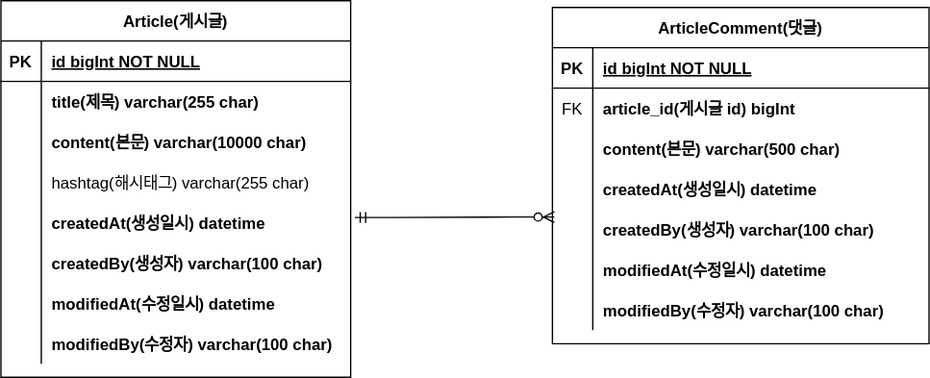
Above: document/project-board-erd.svg in SeungHeeNoh/fastcampus-project-board (draw.io), before the change. Source tidied: cells renumbered, new cells last; positions are measured from the earlier drawing's top-left corner, leaving out a move shared by most shapes.
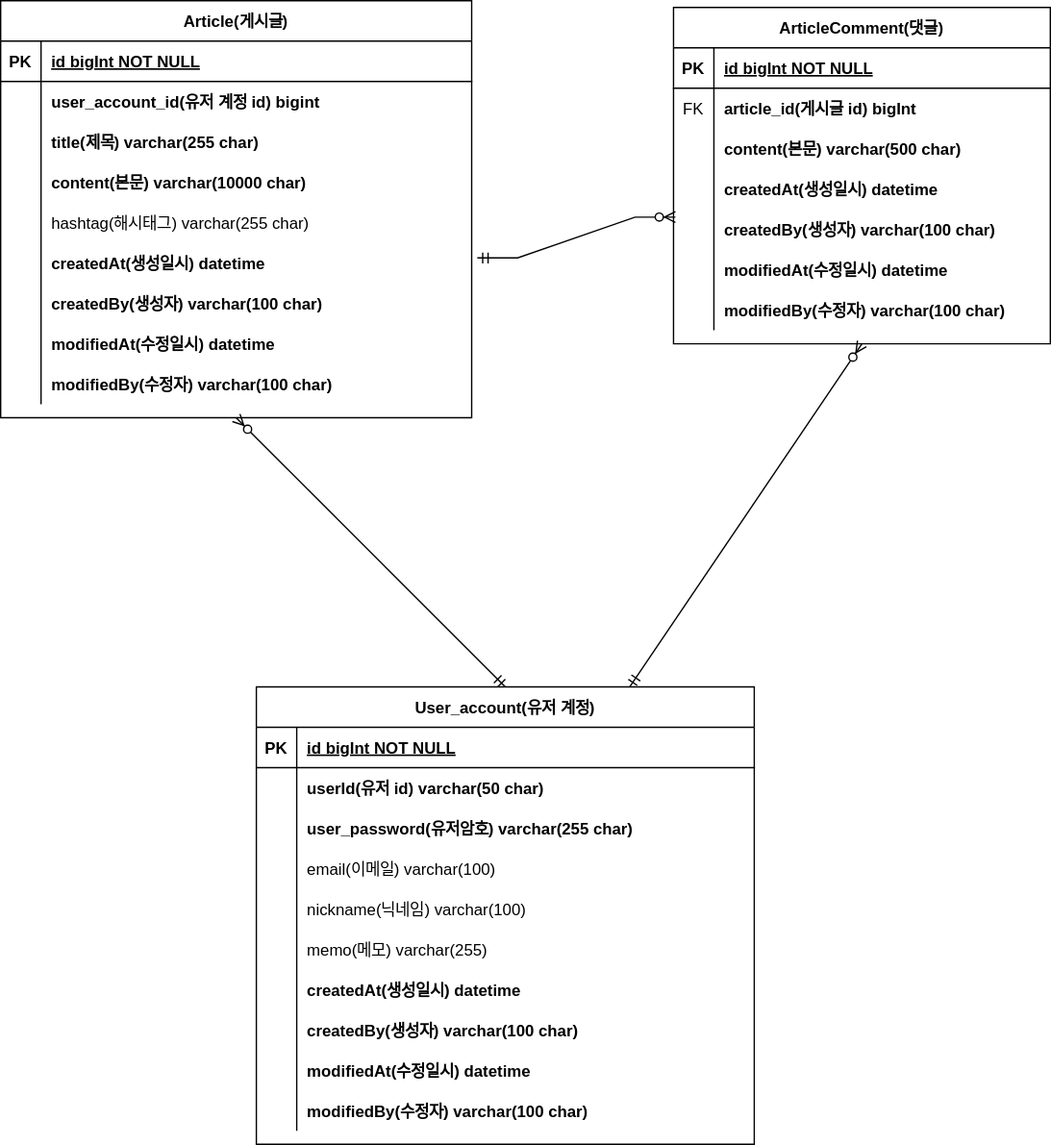
The same diagram one commit later.

Commit message:
#17 - 회원 계정 도메인 구현 및 erd 반영

Diff of the diagram source:
```diff
@@ -69,82 +69,190 @@
       <mxGeometry x="30" width="250" height="30" as="geometry" />
     </mxCell>
     <mxCell id="24" value="Article(게시글)" style="shape=table;startSize=30;rowLines=0;fontStyle=1;align=center;" parent="1" vertex="1">
-      <mxGeometry width="260" height="280" as="geometry" />
+      <mxGeometry x="-90" width="350" height="310" as="geometry" />
     </mxCell>
     <mxCell id="25" style="shape=partialRectangle;fillColor=none;top=0;left=0;right=0;bottom=1;" parent="24" vertex="1">
-      <mxGeometry y="30" width="260" height="30" as="geometry" />
+      <mxGeometry y="30" width="350" height="30" as="geometry" />
     </mxCell>
     <mxCell id="26" value="PK" style="shape=partialRectangle;overflow=hidden;fillColor=none;top=0;left=0;bottom=0;right=0;fontStyle=1;" parent="25" vertex="1">
       <mxGeometry width="30" height="30" as="geometry" />
     </mxCell>
     <mxCell id="27" value="id bigInt NOT NULL " style="shape=partialRectangle;overflow=hidden;fillColor=none;top=0;left=0;bottom=0;right=0;align=left;spacingLeft=6;fontStyle=5;" parent="25" vertex="1">
-      <mxGeometry x="30" width="230" height="30" as="geometry" />
+      <mxGeometry x="30" width="320" height="30" as="geometry" />
     </mxCell>
     <mxCell id="28" style="shape=partialRectangle;fillColor=none;top=0;left=0;right=0;bottom=0;" parent="24" vertex="1">
-      <mxGeometry y="60" width="260" height="30" as="geometry" />
+      <mxGeometry y="60" width="350" height="30" as="geometry" />
     </mxCell>
     <mxCell id="29" style="shape=partialRectangle;overflow=hidden;fillColor=none;top=0;left=0;bottom=0;right=0;" parent="28" vertex="1">
       <mxGeometry width="30" height="30" as="geometry" />
     </mxCell>
-    <mxCell id="30" value="title(제목) varchar(255 char)" style="shape=partialRectangle;overflow=hidden;fillColor=none;top=0;left=0;bottom=0;right=0;align=left;spacingLeft=6;fontStyle=1;" parent="28" vertex="1">
-      <mxGeometry x="30" width="230" height="30" as="geometry" />
+    <mxCell id="30" value="user_account_id(유저 계정 id) bigint" style="shape=partialRectangle;overflow=hidden;fillColor=none;top=0;left=0;bottom=0;right=0;align=left;spacingLeft=6;fontStyle=1;" parent="28" vertex="1">
+      <mxGeometry x="30" width="320" height="30" as="geometry" />
     </mxCell>
+    <mxCell id="50" style="shape=partialRectangle;fillColor=none;top=0;left=0;right=0;bottom=0;" parent="24" vertex="1">
+      <mxGeometry y="90" width="350" height="30" as="geometry" />
+    </mxCell>
+    <mxCell id="51" style="shape=partialRectangle;overflow=hidden;fillColor=none;top=0;left=0;bottom=0;right=0;" parent="50" vertex="1">
+      <mxGeometry width="30" height="30" as="geometry" />
+    </mxCell>
+    <mxCell id="52" value="title(제목) varchar(255 char)" style="shape=partialRectangle;overflow=hidden;fillColor=none;top=0;left=0;bottom=0;right=0;align=left;spacingLeft=6;fontStyle=1;" parent="50" vertex="1">
+      <mxGeometry x="30" width="320" height="30" as="geometry" />
+    </mxCell>
     <mxCell id="31" style="shape=partialRectangle;fillColor=none;top=0;left=0;right=0;bottom=0;" parent="24" vertex="1">
-      <mxGeometry y="90" width="260" height="30" as="geometry" />
+      <mxGeometry y="120" width="350" height="30" as="geometry" />
     </mxCell>
     <mxCell id="32" style="shape=partialRectangle;overflow=hidden;fillColor=none;top=0;left=0;bottom=0;right=0;" parent="31" vertex="1">
       <mxGeometry width="30" height="30" as="geometry" />
     </mxCell>
     <mxCell id="33" value="content(본문) varchar(10000 char)" style="shape=partialRectangle;overflow=hidden;fillColor=none;top=0;left=0;bottom=0;right=0;align=left;spacingLeft=6;fontStyle=1;" parent="31" vertex="1">
-      <mxGeometry x="30" width="230" height="30" as="geometry" />
+      <mxGeometry x="30" width="320" height="30" as="geometry" />
     </mxCell>
     <mxCell id="34" style="shape=partialRectangle;fillColor=none;top=0;left=0;right=0;bottom=0;" parent="24" vertex="1">
-      <mxGeometry y="120" width="260" height="30" as="geometry" />
+      <mxGeometry y="150" width="350" height="30" as="geometry" />
     </mxCell>
     <mxCell id="35" style="shape=partialRectangle;overflow=hidden;fillColor=none;top=0;left=0;bottom=0;right=0;" parent="34" vertex="1">
       <mxGeometry width="30" height="30" as="geometry" />
     </mxCell>
     <mxCell id="36" value="hashtag(해시태그) varchar(255 char)" style="shape=partialRectangle;overflow=hidden;fillColor=none;top=0;left=0;bottom=0;right=0;align=left;spacingLeft=6;" parent="34" vertex="1">
-      <mxGeometry x="30" width="230" height="30" as="geometry" />
+      <mxGeometry x="30" width="320" height="30" as="geometry" />
     </mxCell>
     <mxCell id="37" style="shape=partialRectangle;fillColor=none;points=[[0,0.5],[1,0.5]];portConstraint=eastwest;top=0;left=0;right=0;bottom=0;" parent="24" vertex="1">
-      <mxGeometry y="150" width="260" height="30" as="geometry" />
+      <mxGeometry y="180" width="350" height="30" as="geometry" />
     </mxCell>
     <mxCell id="38" style="shape=partialRectangle;overflow=hidden;fillColor=none;top=0;left=0;bottom=0;right=0;" parent="37" vertex="1">
       <mxGeometry width="30" height="30" as="geometry" />
     </mxCell>
     <mxCell id="39" value="createdAt(생성일시) datetime" style="shape=partialRectangle;overflow=hidden;fillColor=none;top=0;left=0;bottom=0;right=0;align=left;spacingLeft=6;fontStyle=1;" parent="37" vertex="1">
-      <mxGeometry x="30" width="230" height="30" as="geometry" />
+      <mxGeometry x="30" width="320" height="30" as="geometry" />
     </mxCell>
     <mxCell id="40" style="shape=partialRectangle;fillColor=none;top=0;left=0;right=0;bottom=0;" parent="24" vertex="1">
-      <mxGeometry y="180" width="260" height="30" as="geometry" />
+      <mxGeometry y="210" width="350" height="30" as="geometry" />
     </mxCell>
     <mxCell id="41" style="shape=partialRectangle;overflow=hidden;fillColor=none;top=0;left=0;bottom=0;right=0;" parent="40" vertex="1">
       <mxGeometry width="30" height="30" as="geometry" />
     </mxCell>
     <mxCell id="42" value="createdBy(생성자) varchar(100 char)" style="shape=partialRectangle;overflow=hidden;fillColor=none;top=0;left=0;bottom=0;right=0;align=left;spacingLeft=6;fontStyle=1;" parent="40" vertex="1">
-      <mxGeometry x="30" width="230" height="30" as="geometry" />
+      <mxGeometry x="30" width="320" height="30" as="geometry" />
     </mxCell>
     <mxCell id="43" style="shape=partialRectangle;fillColor=none;top=0;left=0;right=0;bottom=0;" parent="24" vertex="1">
-      <mxGeometry y="210" width="260" height="30" as="geometry" />
+      <mxGeometry y="240" width="350" height="30" as="geometry" />
     </mxCell>
     <mxCell id="44" style="shape=partialRectangle;overflow=hidden;fillColor=none;top=0;left=0;bottom=0;right=0;" parent="43" vertex="1">
       <mxGeometry width="30" height="30" as="geometry" />
     </mxCell>
     <mxCell id="45" value="modifiedAt(수정일시) datetime" style="shape=partialRectangle;overflow=hidden;fillColor=none;top=0;left=0;bottom=0;right=0;align=left;spacingLeft=6;fontStyle=1;" parent="43" vertex="1">
-      <mxGeometry x="30" width="230" height="30" as="geometry" />
+      <mxGeometry x="30" width="320" height="30" as="geometry" />
     </mxCell>
     <mxCell id="46" style="shape=partialRectangle;fillColor=none;top=0;left=0;right=0;bottom=0;" parent="24" vertex="1">
-      <mxGeometry y="240" width="260" height="30" as="geometry" />
+      <mxGeometry y="270" width="350" height="30" as="geometry" />
     </mxCell>
     <mxCell id="47" style="shape=partialRectangle;overflow=hidden;fillColor=none;top=0;left=0;bottom=0;right=0;" parent="46" vertex="1">
       <mxGeometry width="30" height="30" as="geometry" />
     </mxCell>
     <mxCell id="48" value="modifiedBy(수정자) varchar(100 char)" style="shape=partialRectangle;overflow=hidden;fillColor=none;top=0;left=0;bottom=0;right=0;align=left;spacingLeft=6;fontStyle=1;" parent="46" vertex="1">
-      <mxGeometry x="30" width="230" height="30" as="geometry" />
+      <mxGeometry x="30" width="320" height="30" as="geometry" />
     </mxCell>
     <mxCell id="49" style="edgeStyle=entityRelationEdgeStyle;fontSize=12;html=1;endArrow=ERzeroToMany;startArrow=ERmandOne;rounded=0;exitX=1.012;exitY=0.373;exitDx=0;exitDy=0;entryX=0.005;entryY=0.195;entryDx=0;entryDy=0;entryPerimeter=0;exitPerimeter=0;" parent="1" edge="1" source="37" target="15">
       <mxGeometry relative="1" as="geometry" />
     </mxCell>
+    <mxCell id="53" value="User_account(유저 계정)" style="shape=table;startSize=30;rowLines=0;fontStyle=1;align=center;" parent="1" vertex="1">
+      <mxGeometry x="100" y="510" width="370" height="340" as="geometry" />
+    </mxCell>
+    <mxCell id="54" style="shape=partialRectangle;fillColor=none;top=0;left=0;right=0;bottom=1;" parent="53" vertex="1">
+      <mxGeometry y="30" width="370" height="30" as="geometry" />
+    </mxCell>
+    <mxCell id="55" value="PK" style="shape=partialRectangle;overflow=hidden;fillColor=none;top=0;left=0;bottom=0;right=0;fontStyle=1;" parent="54" vertex="1">
+      <mxGeometry width="30" height="30" as="geometry" />
+    </mxCell>
+    <mxCell id="56" value="id bigInt NOT NULL " style="shape=partialRectangle;overflow=hidden;fillColor=none;top=0;left=0;bottom=0;right=0;align=left;spacingLeft=6;fontStyle=5;" parent="54" vertex="1">
+      <mxGeometry x="30" width="340" height="30" as="geometry" />
+    </mxCell>
+    <mxCell id="57" style="shape=partialRectangle;fillColor=none;top=0;left=0;right=0;bottom=0;" parent="53" vertex="1">
+      <mxGeometry y="60" width="370" height="30" as="geometry" />
+    </mxCell>
+    <mxCell id="58" style="shape=partialRectangle;overflow=hidden;fillColor=none;top=0;left=0;bottom=0;right=0;" parent="57" vertex="1">
+      <mxGeometry width="30" height="30" as="geometry" />
+    </mxCell>
+    <mxCell id="59" value="userId(유저 id) varchar(50 char)" style="shape=partialRectangle;overflow=hidden;fillColor=none;top=0;left=0;bottom=0;right=0;align=left;spacingLeft=6;fontStyle=1;" parent="57" vertex="1">
+      <mxGeometry x="30" width="340" height="30" as="geometry" />
+    </mxCell>
+    <mxCell id="60" style="shape=partialRectangle;fillColor=none;top=0;left=0;right=0;bottom=0;" parent="53" vertex="1">
+      <mxGeometry y="90" width="370" height="30" as="geometry" />
+    </mxCell>
+    <mxCell id="61" style="shape=partialRectangle;overflow=hidden;fillColor=none;top=0;left=0;bottom=0;right=0;" parent="60" vertex="1">
+      <mxGeometry width="30" height="30" as="geometry" />
+    </mxCell>
+    <mxCell id="62" value="user_password(유저암호) varchar(255 char)" style="shape=partialRectangle;overflow=hidden;fillColor=none;top=0;left=0;bottom=0;right=0;align=left;spacingLeft=6;fontStyle=1;" parent="60" vertex="1">
+      <mxGeometry x="30" width="340" height="30" as="geometry" />
+    </mxCell>
+    <mxCell id="63" style="shape=partialRectangle;fillColor=none;top=0;left=0;right=0;bottom=0;" parent="53" vertex="1">
+      <mxGeometry y="120" width="370" height="30" as="geometry" />
+    </mxCell>
+    <mxCell id="64" style="shape=partialRectangle;overflow=hidden;fillColor=none;top=0;left=0;bottom=0;right=0;" parent="63" vertex="1">
+      <mxGeometry width="30" height="30" as="geometry" />
+    </mxCell>
+    <mxCell id="65" value="email(이메일) varchar(100)" style="shape=partialRectangle;overflow=hidden;fillColor=none;top=0;left=0;bottom=0;right=0;align=left;spacingLeft=6;" parent="63" vertex="1">
+      <mxGeometry x="30" width="340" height="30" as="geometry" />
+    </mxCell>
+    <mxCell id="66" style="shape=partialRectangle;fillColor=none;top=0;left=0;right=0;bottom=0;" parent="53" vertex="1">
+      <mxGeometry y="150" width="370" height="30" as="geometry" />
+    </mxCell>
+    <mxCell id="67" style="shape=partialRectangle;overflow=hidden;fillColor=none;top=0;left=0;bottom=0;right=0;" parent="66" vertex="1">
+      <mxGeometry width="30" height="30" as="geometry" />
+    </mxCell>
+    <mxCell id="68" value="nickname(닉네임) varchar(100)" style="shape=partialRectangle;overflow=hidden;fillColor=none;top=0;left=0;bottom=0;right=0;align=left;spacingLeft=6;" parent="66" vertex="1">
+      <mxGeometry x="30" width="340" height="30" as="geometry" />
+    </mxCell>
+    <mxCell id="69" style="shape=partialRectangle;fillColor=none;top=0;left=0;right=0;bottom=0;" parent="53" vertex="1">
+      <mxGeometry y="180" width="370" height="30" as="geometry" />
+    </mxCell>
+    <mxCell id="70" style="shape=partialRectangle;overflow=hidden;fillColor=none;top=0;left=0;bottom=0;right=0;" parent="69" vertex="1">
+      <mxGeometry width="30" height="30" as="geometry" />
+    </mxCell>
+    <mxCell id="71" value="memo(메모) varchar(255)" style="shape=partialRectangle;overflow=hidden;fillColor=none;top=0;left=0;bottom=0;right=0;align=left;spacingLeft=6;" parent="69" vertex="1">
+      <mxGeometry x="30" width="340" height="30" as="geometry" />
+    </mxCell>
+    <mxCell id="72" style="shape=partialRectangle;fillColor=none;top=0;left=0;right=0;bottom=0;" parent="53" vertex="1">
+      <mxGeometry y="210" width="370" height="30" as="geometry" />
+    </mxCell>
+    <mxCell id="73" style="shape=partialRectangle;overflow=hidden;fillColor=none;top=0;left=0;bottom=0;right=0;" parent="72" vertex="1">
+      <mxGeometry width="30" height="30" as="geometry" />
+    </mxCell>
+    <mxCell id="74" value="createdAt(생성일시) datetime" style="shape=partialRectangle;overflow=hidden;fillColor=none;top=0;left=0;bottom=0;right=0;align=left;spacingLeft=6;fontStyle=1;" parent="72" vertex="1">
+      <mxGeometry x="30" width="340" height="30" as="geometry" />
+    </mxCell>
+    <mxCell id="75" style="shape=partialRectangle;fillColor=none;top=0;left=0;right=0;bottom=0;" parent="53" vertex="1">
+      <mxGeometry y="240" width="370" height="30" as="geometry" />
+    </mxCell>
+    <mxCell id="76" style="shape=partialRectangle;overflow=hidden;fillColor=none;top=0;left=0;bottom=0;right=0;" parent="75" vertex="1">
+      <mxGeometry width="30" height="30" as="geometry" />
+    </mxCell>
+    <mxCell id="77" value="createdBy(생성자) varchar(100 char)" style="shape=partialRectangle;overflow=hidden;fillColor=none;top=0;left=0;bottom=0;right=0;align=left;spacingLeft=6;fontStyle=1;" parent="75" vertex="1">
+      <mxGeometry x="30" width="340" height="30" as="geometry" />
+    </mxCell>
+    <mxCell id="78" style="shape=partialRectangle;fillColor=none;top=0;left=0;right=0;bottom=0;" parent="53" vertex="1">
+      <mxGeometry y="270" width="370" height="30" as="geometry" />
+    </mxCell>
+    <mxCell id="79" style="shape=partialRectangle;overflow=hidden;fillColor=none;top=0;left=0;bottom=0;right=0;" parent="78" vertex="1">
+      <mxGeometry width="30" height="30" as="geometry" />
+    </mxCell>
+    <mxCell id="80" value="modifiedAt(수정일시) datetime" style="shape=partialRectangle;overflow=hidden;fillColor=none;top=0;left=0;bottom=0;right=0;align=left;spacingLeft=6;fontStyle=1;" parent="78" vertex="1">
+      <mxGeometry x="30" width="340" height="30" as="geometry" />
+    </mxCell>
+    <mxCell id="81" style="shape=partialRectangle;fillColor=none;top=0;left=0;right=0;bottom=0;" parent="53" vertex="1">
+      <mxGeometry y="300" width="370" height="30" as="geometry" />
+    </mxCell>
+    <mxCell id="82" style="shape=partialRectangle;overflow=hidden;fillColor=none;top=0;left=0;bottom=0;right=0;" parent="81" vertex="1">
+      <mxGeometry width="30" height="30" as="geometry" />
+    </mxCell>
+    <mxCell id="83" value="modifiedBy(수정자) varchar(100 char)" style="shape=partialRectangle;overflow=hidden;fillColor=none;top=0;left=0;bottom=0;right=0;align=left;spacingLeft=6;fontStyle=1;" parent="81" vertex="1">
+      <mxGeometry x="30" width="340" height="30" as="geometry" />
+    </mxCell>
+    <mxCell id="84" style="fontSize=12;html=1;endArrow=ERzeroToMany;startArrow=ERmandOne;rounded=0;entryX=0.5;entryY=1;entryDx=0;entryDy=0;exitX=0.5;exitY=0;exitDx=0;exitDy=0;" parent="1" edge="1" source="53" target="24">
+      <mxGeometry relative="1" as="geometry" />
+    </mxCell>
+    <mxCell id="85" style="fontSize=12;html=1;endArrow=ERzeroToMany;startArrow=ERmandOne;rounded=0;entryX=0.5;entryY=1;entryDx=0;entryDy=0;exitX=0.75;exitY=0;exitDx=0;exitDy=0;" parent="1" edge="1" source="53" target="2">
+      <mxGeometry relative="1" as="geometry" />
+    </mxCell>
   </root>
 </mxGraphModel>
```
